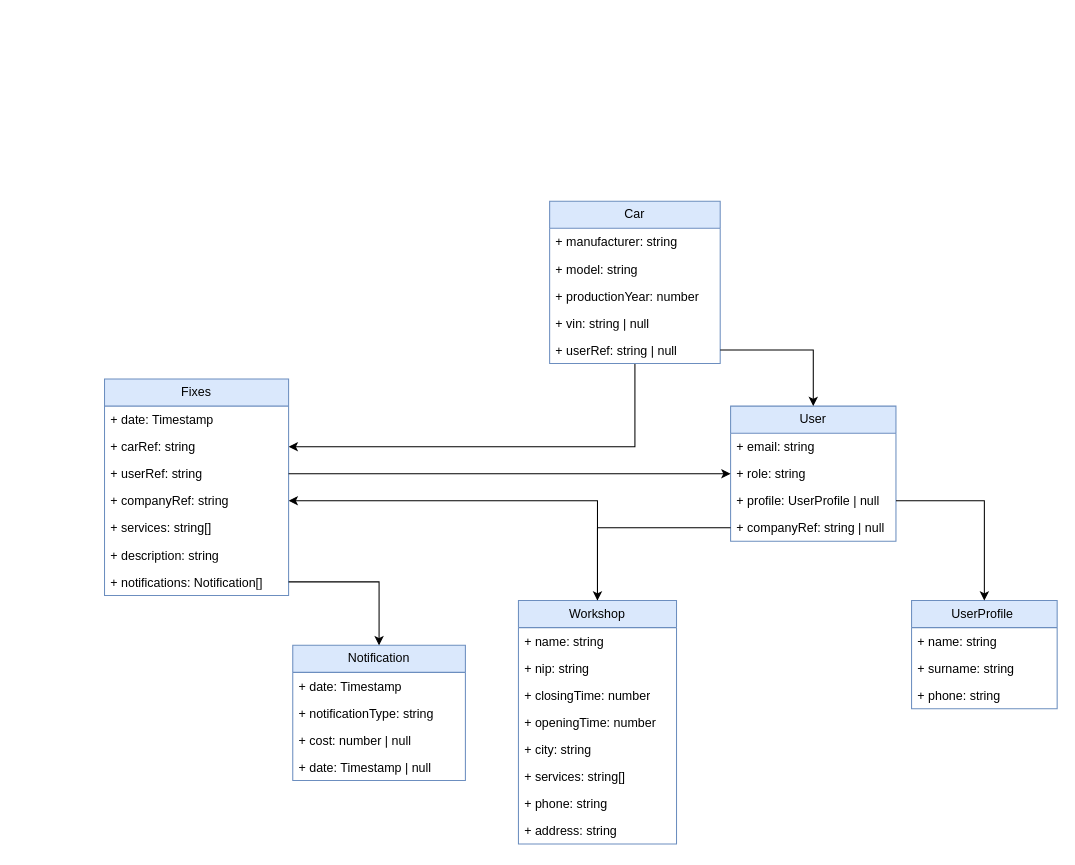
Before: db-diagram.drawio in Lecrut/YourCarMechanic, a draw.io diagram. Source tidied: cells renumbered, new cells numbered last; positions are measured from the earlier drawing's top-left corner, leaving out a move shared by most shapes. Both pictures are drawn from the tidied source at 104%, with x=0, y=0 at pixel (104, 201).
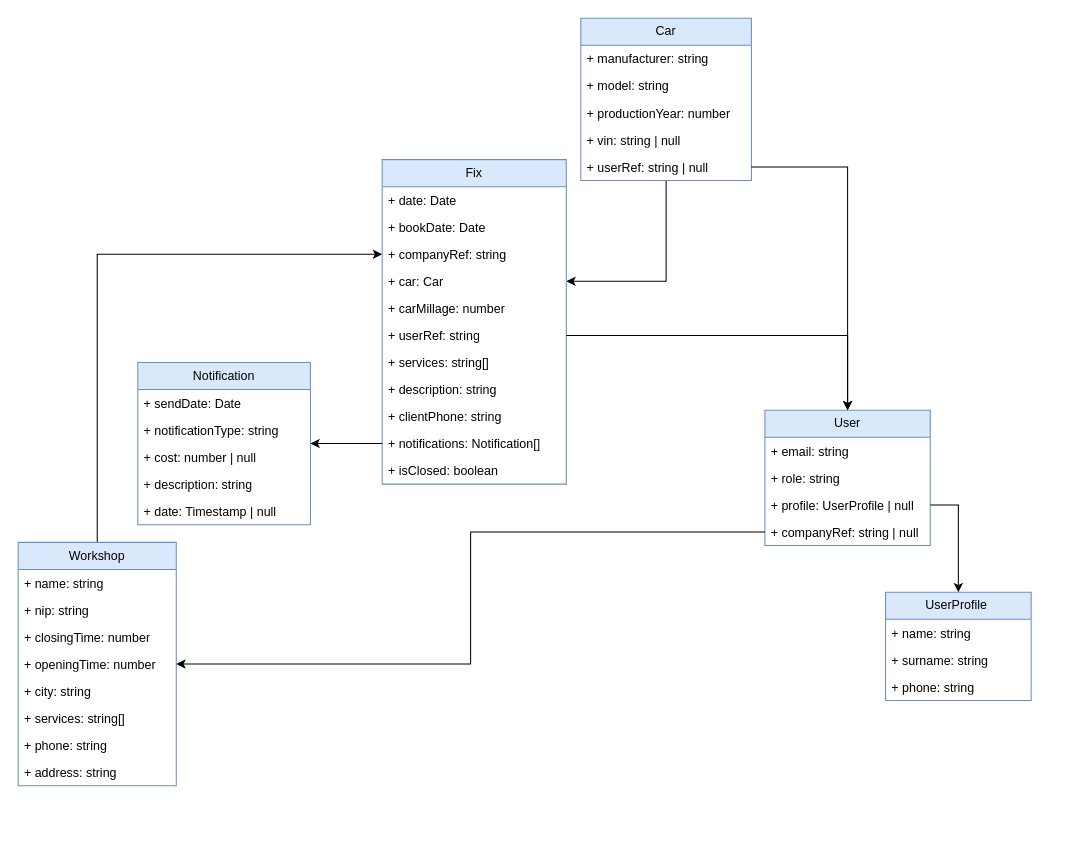
After the change.

Change to the diagram source:
```diff
@@
     <mxCell id="3" value="Car" style="swimlane;fontStyle=0;horizontal=1;startSize=26;fillColor=#dae8fc;whiteSpace=wrap;html=1;strokeColor=#6c8ebf;" parent="1" vertex="1">
-      <mxGeometry x="428" width="164" height="156" as="geometry" />
+      <mxGeometry x="458" y="-176" width="164" height="156" as="geometry" />
     </mxCell>
@@
     <mxCell id="9" value="User" style="swimlane;fontStyle=0;horizontal=1;startSize=26;whiteSpace=wrap;html=1;fillColor=#dae8fc;strokeColor=#6c8ebf;" parent="1" vertex="1">
-      <mxGeometry x="602" y="197" width="159" height="130" as="geometry" />
+      <mxGeometry x="635" y="201" width="159" height="130" as="geometry" />
     </mxCell>
@@
     <mxCell id="14" value="&lt;span style=&quot;text-align: left;&quot;&gt;UserProfile&amp;nbsp;&lt;/span&gt;" style="swimlane;fontStyle=0;horizontal=1;startSize=26;fillColor=#dae8fc;whiteSpace=wrap;html=1;strokeColor=#6c8ebf;" parent="1" vertex="1">
-      <mxGeometry x="776" y="384" width="140" height="104" as="geometry" />
+      <mxGeometry x="751" y="376" width="140" height="104" as="geometry" />
     </mxCell>
@@
     <mxCell id="19" value="Workshop" style="swimlane;fontStyle=0;horizontal=1;startSize=26;fillColor=#dae8fc;whiteSpace=wrap;html=1;strokeColor=#6c8ebf;" parent="1" vertex="1">
-      <mxGeometry x="398" y="384" width="152" height="234" as="geometry" />
+      <mxGeometry x="-83" y="328" width="152" height="234" as="geometry" />
     </mxCell>
@@
-    <mxCell id="31" value="Fixes" style="swimlane;fontStyle=0;horizontal=1;startSize=26;fillColor=#dae8fc;whiteSpace=wrap;html=1;strokeColor=#6c8ebf;" parent="1" vertex="1">
-      <mxGeometry y="171" width="177" height="208" as="geometry" />
+    <mxCell id="31" value="Fix" style="swimlane;fontStyle=0;horizontal=1;startSize=26;fillColor=#dae8fc;whiteSpace=wrap;html=1;strokeColor=#6c8ebf;" parent="1" vertex="1">
+      <mxGeometry x="267" y="-40" width="177" height="312" as="geometry" />
     </mxCell>
-    <mxCell id="32" value="+ date: Timestamp" style="text;strokeColor=none;fillColor=none;align=left;verticalAlign=top;spacingLeft=4;spacingRight=4;overflow=hidden;whiteSpace=wrap;html=1;" parent="31" vertex="1">
+    <mxCell id="32" value="+ date: Date" style="text;strokeColor=none;fillColor=none;align=left;verticalAlign=top;spacingLeft=4;spacingRight=4;overflow=hidden;whiteSpace=wrap;html=1;" parent="31" vertex="1">
       <mxGeometry y="26" width="177" height="26" as="geometry" />
     </mxCell>
+    <mxCell id="46" value="+ bookDate: Date" style="text;strokeColor=none;fillColor=none;align=left;verticalAlign=top;spacingLeft=4;spacingRight=4;overflow=hidden;whiteSpace=wrap;html=1;" parent="31" vertex="1">
+      <mxGeometry y="52" width="177" height="26" as="geometry" />
+    </mxCell>
+    <mxCell id="35" value="+ companyRef: string" style="text;strokeColor=none;fillColor=none;align=left;verticalAlign=top;spacingLeft=4;spacingRight=4;overflow=hidden;points=[[0,0.5],[1,0.5]];portConstraint=eastwest;whiteSpace=wrap;html=1;" parent="31" vertex="1">
+      <mxGeometry y="78" width="177" height="26" as="geometry" />
+    </mxCell>
-    <mxCell id="33" value="+ carRef: string&amp;nbsp;" style="text;strokeColor=none;fillColor=none;align=left;verticalAlign=top;spacingLeft=4;spacingRight=4;overflow=hidden;points=[[0,0.5],[1,0.5]];portConstraint=eastwest;whiteSpace=wrap;html=1;" parent="31" vertex="1">
-      <mxGeometry y="52" width="177" height="26" as="geometry" />
+    <mxCell id="33" value="+ car: Car&amp;nbsp;" style="text;strokeColor=none;fillColor=none;align=left;verticalAlign=top;spacingLeft=4;spacingRight=4;overflow=hidden;points=[[0,0.5],[1,0.5]];portConstraint=eastwest;whiteSpace=wrap;html=1;" parent="31" vertex="1">
+      <mxGeometry y="104" width="177" height="26" as="geometry" />
     </mxCell>
+    <mxCell id="47" value="+ carMillage: number&amp;nbsp;" style="text;strokeColor=none;fillColor=none;align=left;verticalAlign=top;spacingLeft=4;spacingRight=4;overflow=hidden;whiteSpace=wrap;html=1;" parent="31" vertex="1">
+      <mxGeometry y="130" width="177" height="26" as="geometry" />
+    </mxCell>
     <mxCell id="34" value="+ userRef: string" style="text;strokeColor=none;fillColor=none;align=left;verticalAlign=top;spacingLeft=4;spacingRight=4;overflow=hidden;points=[[0,0.5],[1,0.5]];portConstraint=eastwest;whiteSpace=wrap;html=1;" parent="31" vertex="1">
-      <mxGeometry y="78" width="177" height="26" as="geometry" />
+      <mxGeometry y="156" width="177" height="26" as="geometry" />
     </mxCell>
-    <mxCell id="35" value="+ companyRef: string" style="text;strokeColor=none;fillColor=none;align=left;verticalAlign=top;spacingLeft=4;spacingRight=4;overflow=hidden;points=[[0,0.5],[1,0.5]];portConstraint=eastwest;whiteSpace=wrap;html=1;" parent="31" vertex="1">
-      <mxGeometry y="104" width="177" height="26" as="geometry" />
-    </mxCell>
     <mxCell id="36" value="+ services: string[]" style="text;strokeColor=none;fillColor=none;align=left;verticalAlign=top;spacingLeft=4;spacingRight=4;overflow=hidden;whiteSpace=wrap;html=1;" parent="31" vertex="1">
-      <mxGeometry y="130" width="177" height="26" as="geometry" />
+      <mxGeometry y="182" width="177" height="26" as="geometry" />
     </mxCell>
     <mxCell id="37" value="+ description: string" style="text;strokeColor=none;fillColor=none;align=left;verticalAlign=top;spacingLeft=4;spacingRight=4;overflow=hidden;whiteSpace=wrap;html=1;" parent="31" vertex="1">
-      <mxGeometry y="156" width="177" height="26" as="geometry" />
+      <mxGeometry y="208" width="177" height="26" as="geometry" />
     </mxCell>
+    <mxCell id="48" value="+ clientPhone: string" style="text;strokeColor=none;fillColor=none;align=left;verticalAlign=top;spacingLeft=4;spacingRight=4;overflow=hidden;whiteSpace=wrap;html=1;" parent="31" vertex="1">
+      <mxGeometry y="234" width="177" height="26" as="geometry" />
+    </mxCell>
     <mxCell id="38" value="+ notifications: Notification[]" style="text;strokeColor=none;fillColor=none;align=left;verticalAlign=top;spacingLeft=4;spacingRight=4;overflow=hidden;points=[[0,0.5],[1,0.5]];portConstraint=eastwest;whiteSpace=wrap;html=1;" parent="31" vertex="1">
-      <mxGeometry y="182" width="177" height="26" as="geometry" />
+      <mxGeometry y="260" width="177" height="26" as="geometry" />
     </mxCell>
-    <mxCell id="39" style="edgeStyle=orthogonalEdgeStyle;rounded=0;jettySize=auto;html=1;" parent="1" edge="1" source="34" target="9">
-      <mxGeometry relative="1" as="geometry" />
-    </mxCell>
+    <mxCell id="49" value="+ isClosed: boolean" style="text;strokeColor=none;fillColor=none;align=left;verticalAlign=top;spacingLeft=4;spacingRight=4;overflow=hidden;whiteSpace=wrap;html=1;" parent="31" vertex="1">
+      <mxGeometry y="286" width="177" height="26" as="geometry" />
+    </mxCell>
     <mxCell id="40" value="&lt;span style=&quot;text-align: left;&quot;&gt;Notification&lt;/span&gt;" style="swimlane;fontStyle=0;horizontal=1;startSize=26;fillColor=#dae8fc;whiteSpace=wrap;html=1;strokeColor=#6c8ebf;" parent="1" vertex="1">
-      <mxGeometry x="181" y="427" width="166" height="130" as="geometry" />
+      <mxGeometry x="32" y="155" width="166" height="156" as="geometry" />
     </mxCell>
-    <mxCell id="41" value="+ date: Timestamp" style="text;strokeColor=none;fillColor=none;align=left;verticalAlign=top;spacingLeft=4;spacingRight=4;overflow=hidden;whiteSpace=wrap;html=1;" parent="40" vertex="1">
+    <mxCell id="41" value="+ sendDate: Date" style="text;strokeColor=none;fillColor=none;align=left;verticalAlign=top;spacingLeft=4;spacingRight=4;overflow=hidden;whiteSpace=wrap;html=1;" parent="40" vertex="1">
       <mxGeometry y="26" width="166" height="26" as="geometry" />
     </mxCell>
@@
+    <mxCell id="50" value="+ description: string" style="text;strokeColor=none;fillColor=none;align=left;verticalAlign=top;spacingLeft=4;spacingRight=4;overflow=hidden;whiteSpace=wrap;html=1;" parent="40" vertex="1">
+      <mxGeometry y="104" width="166" height="26" as="geometry" />
+    </mxCell>
     <mxCell id="44" value="+ date: Timestamp | null" style="text;strokeColor=none;fillColor=none;align=left;verticalAlign=top;spacingLeft=4;spacingRight=4;overflow=hidden;whiteSpace=wrap;html=1;" parent="40" vertex="1">
-      <mxGeometry y="104" width="166" height="26" as="geometry" />
+      <mxGeometry y="130" width="166" height="26" as="geometry" />
     </mxCell>
@@
+    <mxCell id="39" style="edgeStyle=orthogonalEdgeStyle;rounded=0;jettySize=auto;html=1;" parent="1" edge="1" source="34" target="9">
+      <mxGeometry relative="1" as="geometry" />
+    </mxCell>
```
